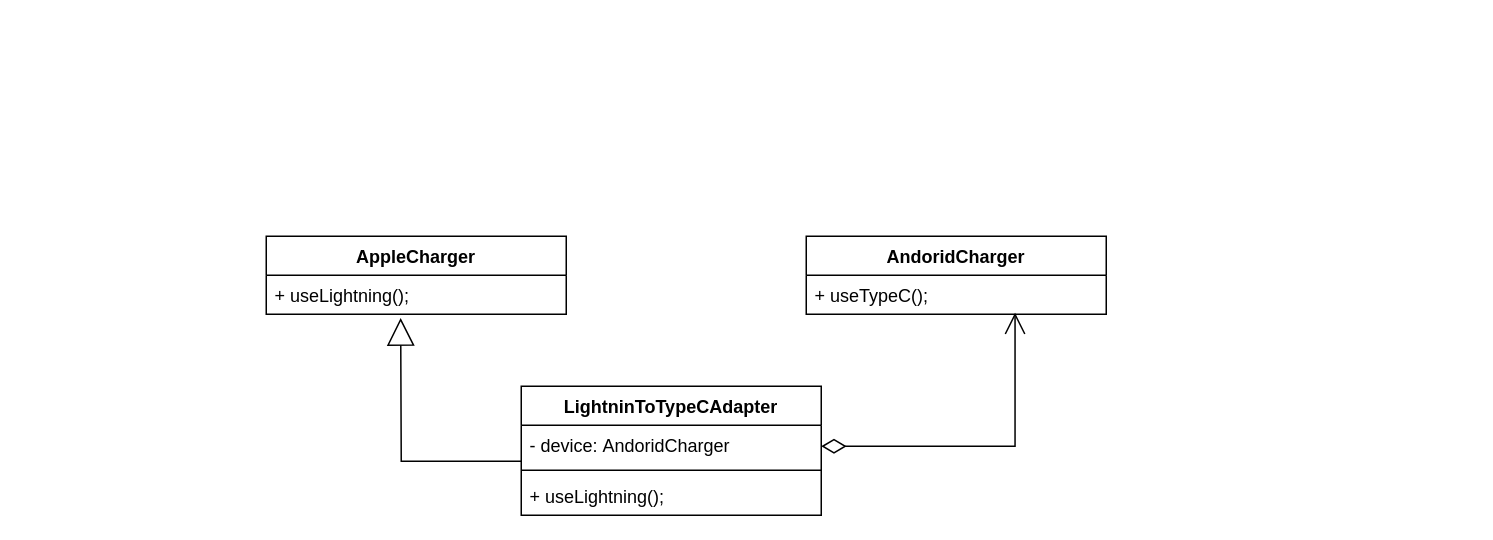
Before: PATTERNS/Structural/Adapter/src/Adapter.drawio in MTONSEG/ts-learn, a draw.io diagram. Source tidied: cells renumbered, new cells numbered last; positions are measured from the earlier drawing's top-left corner, leaving out a move shared by most shapes. Both pictures are drawn from the tidied source at 150%, with x=0, y=0 at pixel (266, 236).
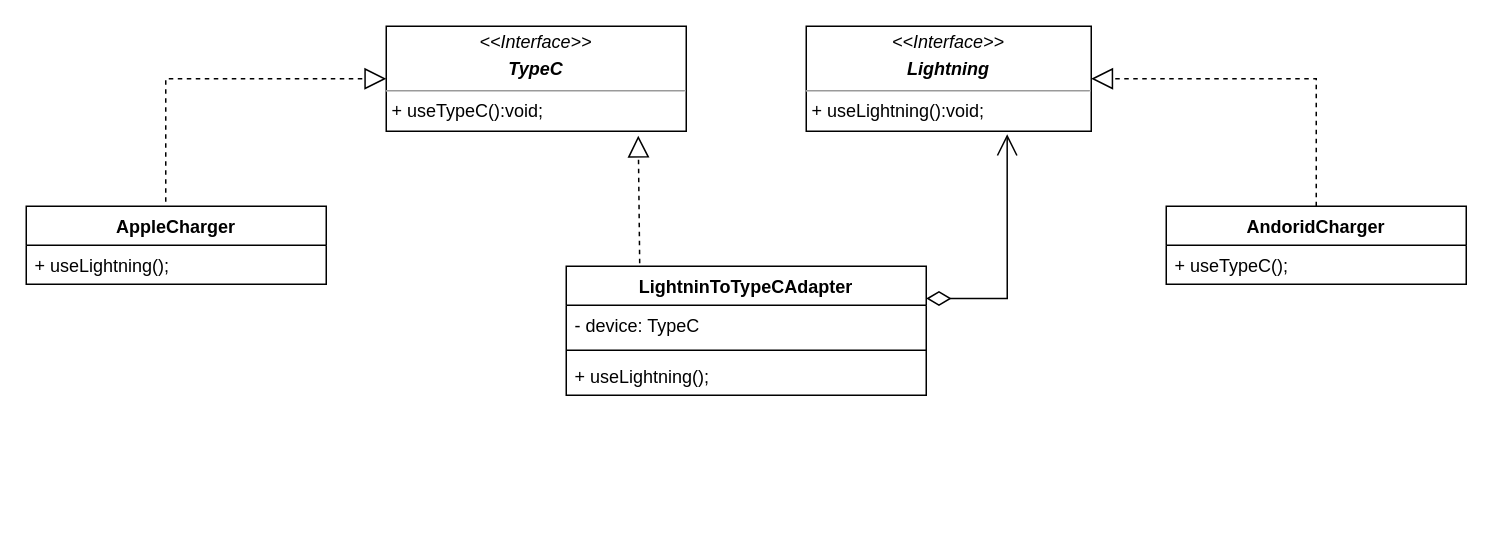
Above is the later version.

Commit message (it also covers changes not shown here):
update uml adapter

Change to the diagram source:
```diff
@@
 <mxGraphModel>
   <root>
     <mxCell id="0" />
     <mxCell id="1" parent="0" />
     <mxCell id="2" value="LightninToTypeCAdapter" style="swimlane;fontStyle=1;align=center;verticalAlign=top;horizontal=1;startSize=26;" parent="1" vertex="1">
-      <mxGeometry x="170" y="100" width="200" height="86" as="geometry" />
+      <mxGeometry x="200" y="20" width="240" height="86" as="geometry" />
     </mxCell>
-    <mxCell id="3" value="- device: AndoridCharger" style="text;strokeColor=none;fillColor=none;align=left;verticalAlign=top;spacingLeft=4;spacingRight=4;overflow=hidden;points=[[0,0.5],[1,0.5]];portConstraint=eastwest;" parent="2" vertex="1">
-      <mxGeometry y="26" width="200" height="26" as="geometry" />
+    <mxCell id="3" value="- device: TypeC" style="text;strokeColor=none;fillColor=none;align=left;verticalAlign=top;spacingLeft=4;spacingRight=4;overflow=hidden;points=[[0,0.5],[1,0.5]];portConstraint=eastwest;" parent="2" vertex="1">
+      <mxGeometry y="26" width="240" height="26" as="geometry" />
     </mxCell>
     <mxCell id="4" style="line;strokeWidth=1;fillColor=none;align=left;verticalAlign=middle;spacingTop=-1;spacingLeft=3;spacingRight=3;labelPosition=right;strokeColor=inherit;" parent="2" vertex="1">
-      <mxGeometry y="52" width="200" height="8" as="geometry" />
+      <mxGeometry y="52" width="240" height="8" as="geometry" />
     </mxCell>
     <mxCell id="5" value="+ useLightning();" style="text;strokeColor=none;fillColor=none;align=left;verticalAlign=top;spacingLeft=4;spacingRight=4;overflow=hidden;" parent="2" vertex="1">
-      <mxGeometry y="60" width="200" height="26" as="geometry" />
+      <mxGeometry y="60" width="240" height="26" as="geometry" />
     </mxCell>
     <mxCell id="6" value="AppleCharger" style="swimlane;fontStyle=1;align=center;verticalAlign=top;horizontal=1;startSize=26;" parent="1" vertex="1">
-      <mxGeometry width="200" height="52" as="geometry" />
+      <mxGeometry x="-160" y="-20" width="200" height="52" as="geometry" />
     </mxCell>
     <mxCell id="7" value="+ useLightning();" style="text;strokeColor=none;fillColor=none;align=left;verticalAlign=top;spacingLeft=4;spacingRight=4;overflow=hidden;points=[[0,0.5],[1,0.5]];portConstraint=eastwest;" parent="6" vertex="1">
       <mxGeometry y="26" width="200" height="26" as="geometry" />
     </mxCell>
     <mxCell id="8" value="AndoridCharger" style="swimlane;fontStyle=1;align=center;verticalAlign=top;horizontal=1;startSize=26;" parent="1" vertex="1">
-      <mxGeometry x="360" width="200" height="52" as="geometry" />
+      <mxGeometry x="600" y="-20" width="200" height="52" as="geometry" />
     </mxCell>
     <mxCell id="9" value="+ useTypeC();" style="text;strokeColor=none;fillColor=none;align=left;verticalAlign=top;spacingLeft=4;spacingRight=4;overflow=hidden;points=[[0,0.5],[1,0.5]];portConstraint=eastwest;" parent="8" vertex="1">
       <mxGeometry y="26" width="200" height="26" as="geometry" />
     </mxCell>
-    <mxCell id="10" style="endArrow=open;html=1;endSize=12;startArrow=diamondThin;startSize=14;startFill=0;edgeStyle=orthogonalEdgeStyle;align=left;verticalAlign=bottom;rounded=0;entryX=0.696;entryY=0.963;entryDx=0;entryDy=0;entryPerimeter=0;" parent="1" edge="1" target="9">
-      <mxGeometry x="-0.98" y="10" relative="1" as="geometry">
-        <mxPoint x="370" y="140" as="sourcePoint" />
-        <Array as="points">
-          <mxPoint x="370" y="140" />
-          <mxPoint x="499" y="140" />
-        </Array>
-      </mxGeometry>
-    </mxCell>
-    <mxCell id="11" style="endArrow=block;endSize=16;endFill=0;html=1;rounded=0;exitX=0;exitY=0.923;exitDx=0;exitDy=0;exitPerimeter=0;entryX=0.448;entryY=1.095;entryDx=0;entryDy=0;entryPerimeter=0;" parent="1" edge="1" source="3" target="7">
-      <mxGeometry x="-1" y="-142" relative="1" as="geometry">
-        <Array as="points">
-          <mxPoint x="90" y="150" />
-        </Array>
-        <mxPoint x="-90" y="-32" as="offset" />
-      </mxGeometry>
-    </mxCell>
+    <mxCell id="12" value="&lt;p style=&quot;margin:0px;margin-top:4px;text-align:center;&quot;&gt;&lt;i&gt;&amp;lt;&amp;lt;Interface&amp;gt;&amp;gt;&lt;/i&gt;&lt;/p&gt;&lt;p style=&quot;margin:0px;margin-top:4px;text-align:center;&quot;&gt;&lt;i&gt;&lt;b&gt;TypeC&lt;/b&gt;&lt;/i&gt;&lt;/p&gt;&lt;hr size=&quot;1&quot;&gt;&lt;p style=&quot;margin:0px;margin-left:4px;&quot;&gt;+ useTypeC():void;&lt;/p&gt;" style="verticalAlign=top;align=left;overflow=fill;fontSize=12;fontFamily=Helvetica;html=1;" parent="1" vertex="1">
+      <mxGeometry x="80" y="-140" width="200" height="70" as="geometry" />
+    </mxCell>
+    <mxCell id="13" value="&lt;p style=&quot;margin:0px;margin-top:4px;text-align:center;&quot;&gt;&lt;i&gt;&amp;lt;&amp;lt;Interface&amp;gt;&amp;gt;&lt;/i&gt;&lt;/p&gt;&lt;p style=&quot;margin:0px;margin-top:4px;text-align:center;&quot;&gt;&lt;b&gt;&lt;i&gt;Lightning&lt;/i&gt;&lt;/b&gt;&lt;/p&gt;&lt;hr size=&quot;1&quot;&gt;&lt;p style=&quot;margin:0px;margin-left:4px;&quot;&gt;+ useLightning():void;&lt;/p&gt;" style="verticalAlign=top;align=left;overflow=fill;fontSize=12;fontFamily=Helvetica;html=1;" parent="1" vertex="1">
+      <mxGeometry x="360" y="-140" width="190" height="70" as="geometry" />
+    </mxCell>
+    <mxCell id="14" style="endArrow=block;dashed=1;endFill=0;endSize=12;html=1;rounded=0;entryX=0.84;entryY=1.043;entryDx=0;entryDy=0;entryPerimeter=0;exitX=0.204;exitY=-0.023;exitDx=0;exitDy=0;exitPerimeter=0;" parent="1" edge="1" source="2" target="12">
+      <mxGeometry relative="1" as="geometry" />
+    </mxCell>
+    <mxCell id="15" style="endArrow=open;html=1;endSize=12;startArrow=diamondThin;startSize=14;startFill=0;edgeStyle=orthogonalEdgeStyle;align=left;verticalAlign=bottom;rounded=0;entryX=0.705;entryY=1.029;entryDx=0;entryDy=0;exitX=1;exitY=0.25;exitDx=0;exitDy=0;entryPerimeter=0;" parent="1" edge="1" source="2" target="13">
+      <mxGeometry x="-0.51" y="-68" relative="1" as="geometry" />
+    </mxCell>
+    <mxCell id="16" style="endArrow=block;dashed=1;endFill=0;endSize=12;html=1;rounded=0;entryX=0;entryY=0.5;entryDx=0;entryDy=0;exitX=0.465;exitY=-0.058;exitDx=0;exitDy=0;exitPerimeter=0;" parent="1" edge="1" source="6" target="12">
+      <mxGeometry relative="1" as="geometry">
+        <Array as="points">
+          <mxPoint x="-67" y="-105" />
+        </Array>
+      </mxGeometry>
+    </mxCell>
+    <mxCell id="17" style="endArrow=block;dashed=1;endFill=0;endSize=12;html=1;rounded=0;entryX=1;entryY=0.5;entryDx=0;entryDy=0;exitX=0.5;exitY=0;exitDx=0;exitDy=0;" parent="1" edge="1" source="8" target="13">
+      <mxGeometry relative="1" as="geometry">
+        <Array as="points">
+          <mxPoint x="700" y="-105" />
+        </Array>
+      </mxGeometry>
+    </mxCell>
   </root>
 </mxGraphModel>
```
